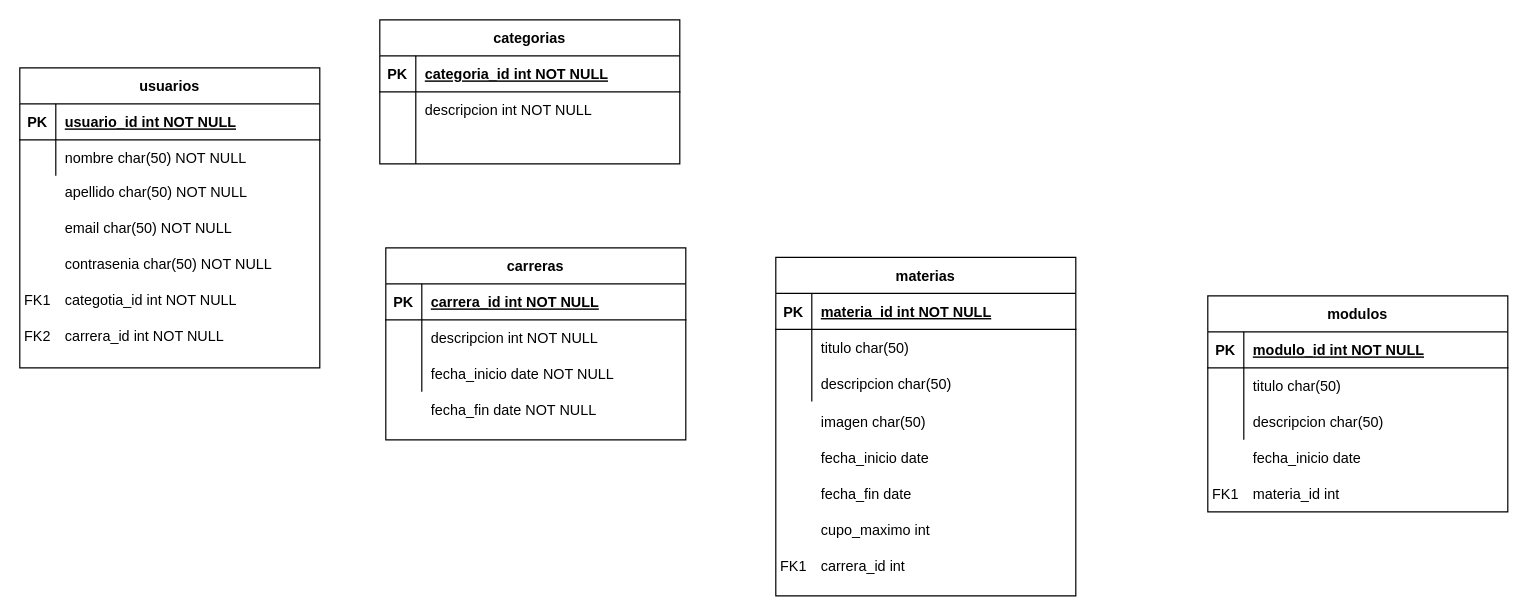
hbenjumea/db-mysql-dh keeps this draw.io diagram as ejercicio1.drawio. Above is the earlier version. Source tidied: cells renumbered, new cells numbered last; positions are measured from the earlier drawing's top-left corner, leaving out a move shared by most shapes. Both pictures are drawn from the tidied source at 120%, with x=0, y=0 at pixel (19, 19).
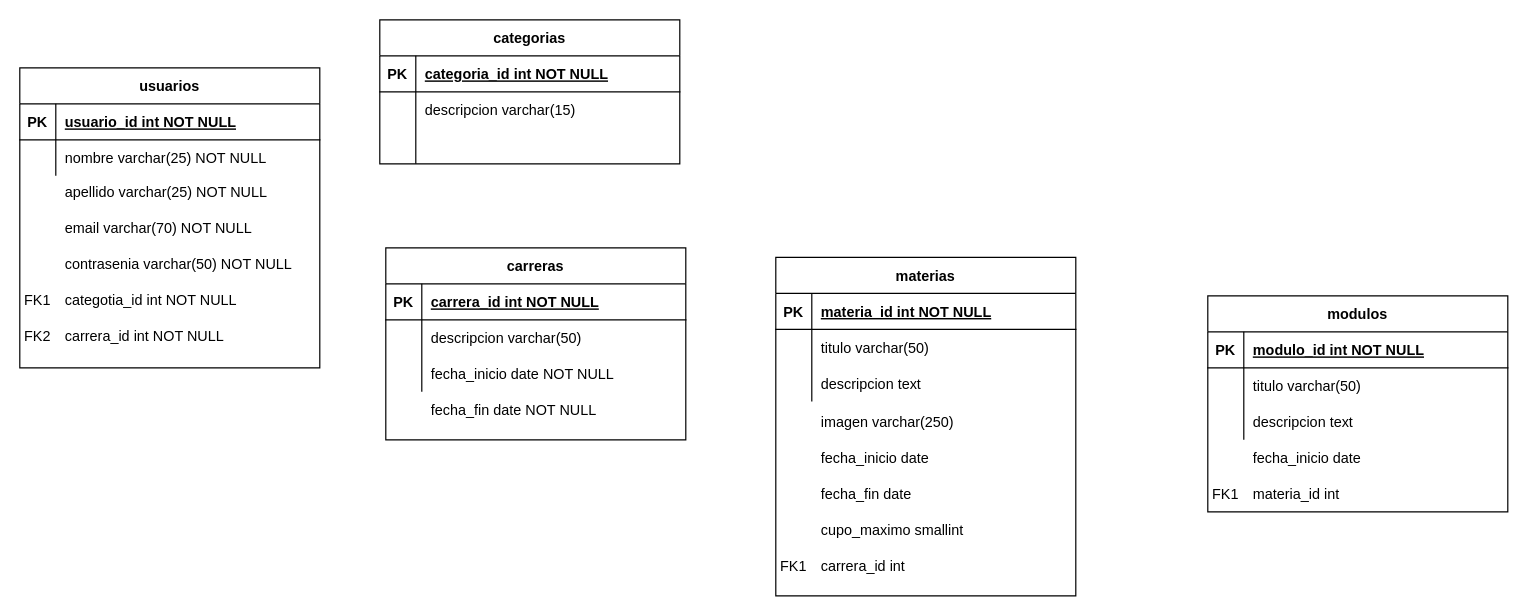
The same diagram, later.

The change refers to these unchanged cells:
```xml
<mxCell id="6" style="shape=partialRectangle;fillColor=none;top=0;left=0;right=0;bottom=0;" parent="2" vertex="1">
  <mxGeometry y="60" width="250" height="30" as="geometry" />
</mxCell>
<mxCell id="9" style="shape=partialRectangle;fillColor=none;top=0;left=0;right=0;bottom=0;" parent="2" vertex="1">
  <mxGeometry y="90" width="250" height="30" as="geometry" />
</mxCell>
<mxCell id="16" style="shape=partialRectangle;fillColor=none;top=0;left=0;right=0;bottom=0;" parent="12" vertex="1">
  <mxGeometry y="60" width="250" height="30" as="geometry" />
</mxCell>
<mxCell id="19" style="shape=partialRectangle;fillColor=none;top=0;left=0;right=0;bottom=0;" parent="12" vertex="1">
  <mxGeometry y="90" width="250" height="30" as="geometry" />
</mxCell>
<mxCell id="26" style="shape=partialRectangle;fillColor=none;top=0;left=0;right=0;bottom=0;" parent="22" vertex="1">
  <mxGeometry y="60" width="250" height="30" as="geometry" />
</mxCell>
<mxCell id="33" style="shape=partialRectangle;fillColor=none;top=0;left=0;right=0;bottom=0;" parent="29" vertex="1">
  <mxGeometry y="60" width="250" height="30" as="geometry" />
</mxCell>
<mxCell id="43" style="shape=partialRectangle;fillColor=none;top=0;left=0;right=0;bottom=0;" parent="39" vertex="1">
  <mxGeometry y="60" width="250" height="30" as="geometry" />
</mxCell>
```

The edit, as a diff of the source:
```diff
@@
-    <mxCell id="8" value="titulo char(50)" style="shape=partialRectangle;overflow=hidden;fillColor=none;top=0;left=0;bottom=0;right=0;align=left;spacingLeft=6;" parent="6" vertex="1">
+    <mxCell id="8" value="titulo varchar(50)" style="shape=partialRectangle;overflow=hidden;fillColor=none;top=0;left=0;bottom=0;right=0;align=left;spacingLeft=6;" parent="6" vertex="1">
       <mxGeometry x="30" width="220" height="30" as="geometry" />
     </mxCell>
@@
-    <mxCell id="11" value="descripcion char(50)" style="shape=partialRectangle;overflow=hidden;fillColor=none;top=0;left=0;bottom=0;right=0;align=left;spacingLeft=6;" parent="9" vertex="1">
+    <mxCell id="11" value="descripcion text" style="shape=partialRectangle;overflow=hidden;fillColor=none;top=0;left=0;bottom=0;right=0;align=left;spacingLeft=6;" parent="9" vertex="1">
       <mxGeometry x="30" width="220" height="30" as="geometry" />
     </mxCell>
@@
-    <mxCell id="18" value="titulo char(50)" style="shape=partialRectangle;overflow=hidden;fillColor=none;top=0;left=0;bottom=0;right=0;align=left;spacingLeft=6;" parent="16" vertex="1">
+    <mxCell id="18" value="titulo varchar(50)" style="shape=partialRectangle;overflow=hidden;fillColor=none;top=0;left=0;bottom=0;right=0;align=left;spacingLeft=6;" parent="16" vertex="1">
       <mxGeometry x="30" width="220" height="30" as="geometry" />
     </mxCell>
@@
-    <mxCell id="21" value="descripcion char(50)" style="shape=partialRectangle;overflow=hidden;fillColor=none;top=0;left=0;bottom=0;right=0;align=left;spacingLeft=6;" parent="19" vertex="1">
+    <mxCell id="21" value="descripcion text" style="shape=partialRectangle;overflow=hidden;fillColor=none;top=0;left=0;bottom=0;right=0;align=left;spacingLeft=6;" parent="19" vertex="1">
       <mxGeometry x="30" width="220" height="30" as="geometry" />
     </mxCell>
@@
-    <mxCell id="28" value="nombre char(50) NOT NULL" style="shape=partialRectangle;overflow=hidden;fillColor=none;top=0;left=0;bottom=0;right=0;align=left;spacingLeft=6;" parent="26" vertex="1">
+    <mxCell id="28" value="nombre varchar(25) NOT NULL" style="shape=partialRectangle;overflow=hidden;fillColor=none;top=0;left=0;bottom=0;right=0;align=left;spacingLeft=6;" parent="26" vertex="1">
       <mxGeometry x="30" width="220" height="30" as="geometry" />
     </mxCell>
@@
-    <mxCell id="35" value="descripcion int NOT NULL" style="shape=partialRectangle;overflow=hidden;fillColor=none;top=0;left=0;bottom=0;right=0;align=left;spacingLeft=6;" parent="33" vertex="1">
+    <mxCell id="35" value="descripcion varchar(50)" style="shape=partialRectangle;overflow=hidden;fillColor=none;top=0;left=0;bottom=0;right=0;align=left;spacingLeft=6;" parent="33" vertex="1">
       <mxGeometry x="30" width="220" height="30" as="geometry" />
     </mxCell>
@@
-    <mxCell id="45" value="descripcion int NOT NULL" style="shape=partialRectangle;overflow=hidden;fillColor=none;top=0;left=0;bottom=0;right=0;align=left;spacingLeft=6;" parent="43" vertex="1">
+    <mxCell id="45" value="descripcion varchar(15)" style="shape=partialRectangle;overflow=hidden;fillColor=none;top=0;left=0;bottom=0;right=0;align=left;spacingLeft=6;" parent="43" vertex="1">
       <mxGeometry x="30" width="220" height="30" as="geometry" />
     </mxCell>
@@
-    <mxCell id="49" value="apellido char(50) NOT NULL" style="shape=partialRectangle;overflow=hidden;fillColor=none;top=0;left=0;bottom=0;right=0;align=left;spacingLeft=6;" parent="1" vertex="1">
+    <mxCell id="49" value="apellido varchar(25) NOT NULL" style="shape=partialRectangle;overflow=hidden;fillColor=none;top=0;left=0;bottom=0;right=0;align=left;spacingLeft=6;" parent="1" vertex="1">
       <mxGeometry x="30" y="128" width="220" height="30" as="geometry" />
     </mxCell>
-    <mxCell id="50" value="email char(50) NOT NULL" style="shape=partialRectangle;overflow=hidden;fillColor=none;top=0;left=0;bottom=0;right=0;align=left;spacingLeft=6;" parent="1" vertex="1">
+    <mxCell id="50" value="email varchar(70) NOT NULL" style="shape=partialRectangle;overflow=hidden;fillColor=none;top=0;left=0;bottom=0;right=0;align=left;spacingLeft=6;" parent="1" vertex="1">
       <mxGeometry x="30" y="158" width="220" height="30" as="geometry" />
     </mxCell>
-    <mxCell id="51" value="contrasenia char(50) NOT NULL" style="shape=partialRectangle;overflow=hidden;fillColor=none;top=0;left=0;bottom=0;right=0;align=left;spacingLeft=6;" parent="1" vertex="1">
+    <mxCell id="51" value="contrasenia varchar(50) NOT NULL" style="shape=partialRectangle;overflow=hidden;fillColor=none;top=0;left=0;bottom=0;right=0;align=left;spacingLeft=6;" parent="1" vertex="1">
       <mxGeometry x="30" y="188" width="220" height="30" as="geometry" />
     </mxCell>
@@
-    <mxCell id="59" value="imagen char(50)" style="shape=partialRectangle;overflow=hidden;fillColor=none;top=0;left=0;bottom=0;right=0;align=left;spacingLeft=6;" parent="1" vertex="1">
+    <mxCell id="59" value="imagen varchar(250)" style="shape=partialRectangle;overflow=hidden;fillColor=none;top=0;left=0;bottom=0;right=0;align=left;spacingLeft=6;" parent="1" vertex="1">
       <mxGeometry x="660" y="320" width="220" height="30" as="geometry" />
     </mxCell>
@@
-    <mxCell id="62" value="cupo_maximo int" style="shape=partialRectangle;overflow=hidden;fillColor=none;top=0;left=0;bottom=0;right=0;align=left;spacingLeft=6;" parent="1" vertex="1">
+    <mxCell id="62" value="cupo_maximo smallint" style="shape=partialRectangle;overflow=hidden;fillColor=none;top=0;left=0;bottom=0;right=0;align=left;spacingLeft=6;" parent="1" vertex="1">
       <mxGeometry x="660" y="410" width="220" height="30" as="geometry" />
     </mxCell>
```
